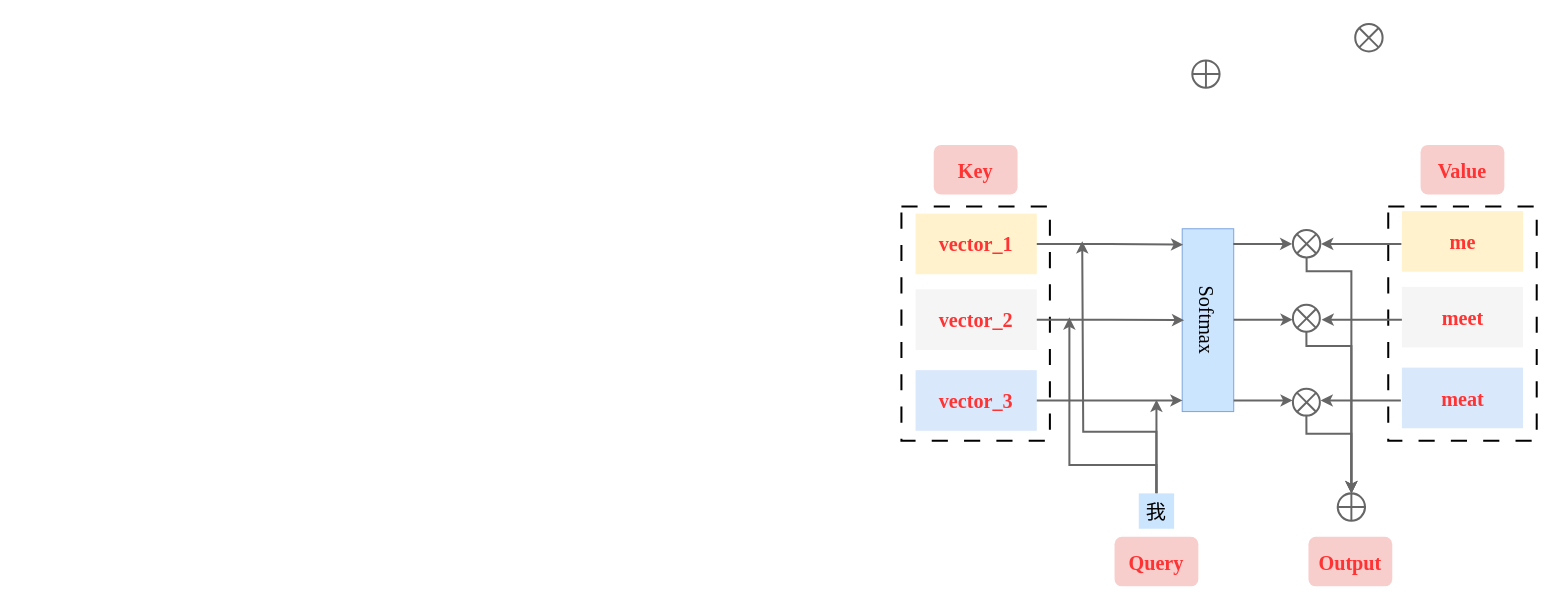
The draw.io diagram Slowfast.drawio in wuulaa/my-first-game, before the edit. Source tidied: cells renumbered, new cells numbered last; positions are measured from the earlier drawing's top-left corner, leaving out a move shared by most shapes. Both pictures are drawn from the tidied source at 101%, with x=0, y=0 at pixel (901, 17). Pictures stored in the file or linked from it are replaced by grey dashed boxes.
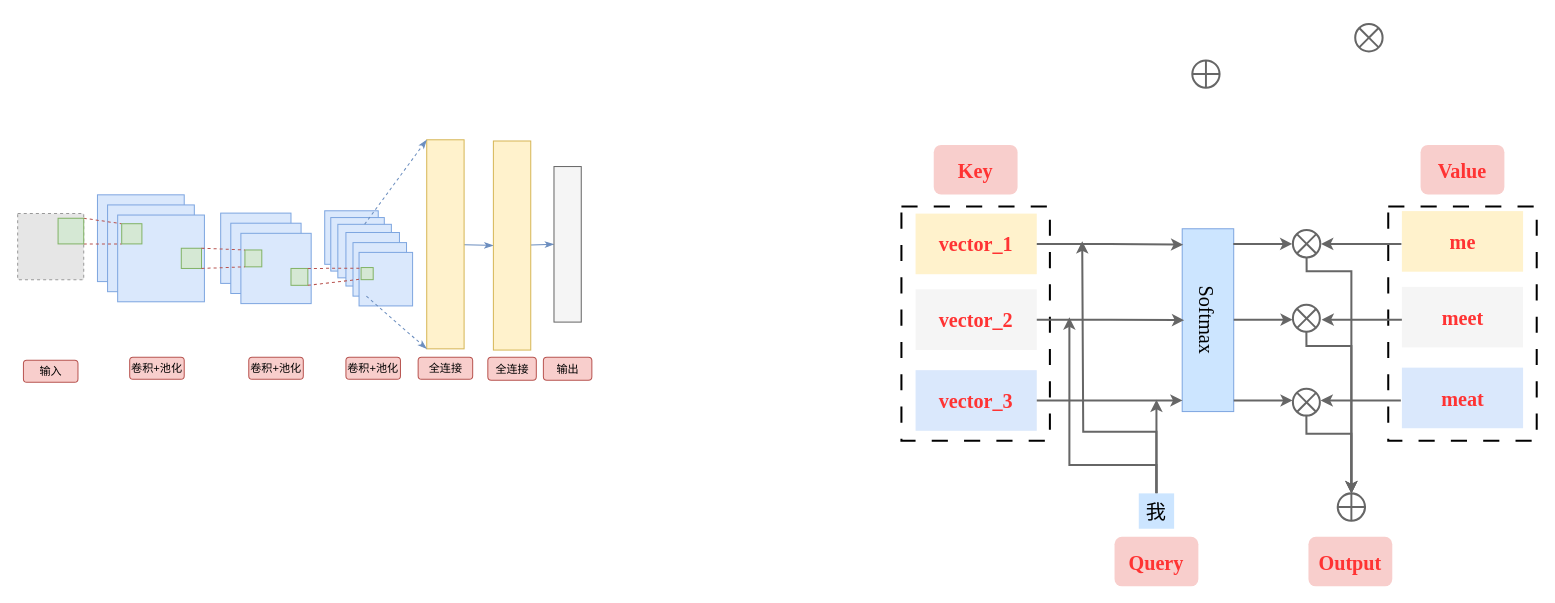
After the change.

The edit, as a diff of the source:
```diff
@@
+    <mxCell id="53" style="fillColor=#E6E6E6;strokeColor=#999999;dashed=1;verticalLabelPosition=bottom;labelBackgroundColor=default;verticalAlign=top;" parent="1" vertex="1">
+      <mxGeometry x="-875" y="194" width="65.4" height="65.4" as="geometry" />
+    </mxCell>
+    <mxCell id="54" style="whiteSpace=wrap;html=1;strokeColor=#7EA6E0;fillColor=#dae8fc;" parent="1" vertex="1">
+      <mxGeometry x="-796" y="175.4" width="85.9" height="85.9" as="geometry" />
+    </mxCell>
+    <mxCell id="55" style="whiteSpace=wrap;html=1;strokeColor=#7EA6E0;fillColor=#dae8fc;" parent="1" vertex="1">
+      <mxGeometry x="-786" y="185.4" width="85.9" height="85.9" as="geometry" />
+    </mxCell>
+    <mxCell id="56" style="whiteSpace=wrap;html=1;fillColor=#dae8fc;strokeColor=#7EA6E0;" parent="1" vertex="1">
+      <mxGeometry x="-776" y="195.4" width="85.9" height="85.9" as="geometry" />
+    </mxCell>
+    <mxCell id="57" style="rounded=0;jettySize=auto;html=1;entryX=0;entryY=0;entryDx=0;entryDy=0;exitX=1;exitY=0;exitDx=0;exitDy=0;endArrow=none;startFill=0;fillColor=#f8cecc;strokeColor=#b85450;dashed=1;" parent="1" edge="1" source="59" target="60">
+      <mxGeometry relative="1" as="geometry" />
+    </mxCell>
+    <mxCell id="58" style="rounded=0;jettySize=auto;html=1;entryX=0;entryY=1;entryDx=0;entryDy=0;exitX=1;exitY=1;exitDx=0;exitDy=0;endArrow=none;startFill=0;fillColor=#f8cecc;strokeColor=#b85450;dashed=1;" parent="1" edge="1" source="59" target="60">
+      <mxGeometry relative="1" as="geometry" />
+    </mxCell>
+    <mxCell id="59" style="whiteSpace=wrap;html=1;fillColor=#d5e8d4;strokeColor=#82b366;" parent="1" vertex="1">
+      <mxGeometry x="-835" y="198.6" width="25.4" height="25.4" as="geometry" />
+    </mxCell>
+    <mxCell id="60" style="whiteSpace=wrap;html=1;fillColor=#d5e8d4;strokeColor=#82b366;" parent="1" vertex="1">
+      <mxGeometry x="-772" y="204" width="20" height="20" as="geometry" />
+    </mxCell>
+    <mxCell id="61" style="whiteSpace=wrap;html=1;fillColor=#d5e8d4;strokeColor=#82b366;" parent="1" vertex="1">
+      <mxGeometry x="-713" y="228.3" width="20" height="20" as="geometry" />
+    </mxCell>
+    <mxCell id="62" style="whiteSpace=wrap;html=1;fillColor=#dae8fc;strokeColor=#7EA6E0;" parent="1" vertex="1">
+      <mxGeometry x="-674" y="193.5" width="69.6" height="69.6" as="geometry" />
+    </mxCell>
+    <mxCell id="63" style="whiteSpace=wrap;html=1;fillColor=#dae8fc;strokeColor=#7EA6E0;" parent="1" vertex="1">
+      <mxGeometry x="-664" y="203.5" width="69.6" height="69.6" as="geometry" />
+    </mxCell>
+    <mxCell id="64" style="whiteSpace=wrap;html=1;fillColor=#dae8fc;strokeColor=#7EA6E0;" parent="1" vertex="1">
+      <mxGeometry x="-654" y="213.5" width="69.6" height="69.6" as="geometry" />
+    </mxCell>
+    <mxCell id="65" style="whiteSpace=wrap;html=1;fillColor=#d5e8d4;strokeColor=#82b366;" parent="1" vertex="1">
+      <mxGeometry x="-650" y="230" width="16.7" height="16.7" as="geometry" />
+    </mxCell>
+    <mxCell id="66" style="edgeStyle=none;shape=connector;rounded=0;jettySize=auto;html=1;exitX=1;exitY=0;exitDx=0;exitDy=0;entryX=0;entryY=0;entryDx=0;entryDy=0;dashed=1;strokeColor=#b85450;align=center;verticalAlign=middle;fontFamily=Helvetica;fontSize=11;fontColor=default;labelBackgroundColor=default;startFill=0;endArrow=none;fillColor=#f8cecc;" parent="1" edge="1" source="61" target="65">
+      <mxGeometry relative="1" as="geometry" />
+    </mxCell>
+    <mxCell id="67" style="edgeStyle=none;shape=connector;rounded=0;jettySize=auto;html=1;exitX=1;exitY=1;exitDx=0;exitDy=0;entryX=0;entryY=1;entryDx=0;entryDy=0;dashed=1;strokeColor=#b85450;align=center;verticalAlign=middle;fontFamily=Helvetica;fontSize=11;fontColor=default;labelBackgroundColor=default;startFill=0;endArrow=none;fillColor=#f8cecc;" parent="1" edge="1" source="61" target="65">
+      <mxGeometry relative="1" as="geometry" />
+    </mxCell>
+    <mxCell id="68" style="whiteSpace=wrap;html=1;fillColor=#d5e8d4;strokeColor=#82b366;" parent="1" vertex="1">
+      <mxGeometry x="-604.4" y="248.3" width="16.7" height="16.7" as="geometry" />
+    </mxCell>
+    <mxCell id="69" style="whiteSpace=wrap;html=1;fillColor=#dae8fc;strokeColor=#7EA6E0;" parent="1" vertex="1">
+      <mxGeometry x="-571" y="191.2" width="53" height="53" as="geometry" />
+    </mxCell>
+    <mxCell id="70" style="whiteSpace=wrap;html=1;fillColor=#dae8fc;strokeColor=#7EA6E0;" parent="1" vertex="1">
+      <mxGeometry x="-565" y="197.9" width="53" height="53" as="geometry" />
+    </mxCell>
+    <mxCell id="71" style="whiteSpace=wrap;html=1;fillColor=#dae8fc;strokeColor=#7EA6E0;" parent="1" vertex="1">
+      <mxGeometry x="-558" y="204.6" width="53" height="53" as="geometry" />
+    </mxCell>
+    <mxCell id="72" style="whiteSpace=wrap;html=1;fillColor=#dae8fc;strokeColor=#7EA6E0;" parent="1" vertex="1">
+      <mxGeometry x="-550" y="212.7" width="53" height="53" as="geometry" />
+    </mxCell>
+    <mxCell id="73" style="whiteSpace=wrap;html=1;fillColor=#dae8fc;strokeColor=#7EA6E0;" parent="1" vertex="1">
+      <mxGeometry x="-543" y="222.7" width="53" height="53" as="geometry" />
+    </mxCell>
+    <mxCell id="74" style="whiteSpace=wrap;html=1;fillColor=#dae8fc;strokeColor=#7EA6E0;" parent="1" vertex="1">
+      <mxGeometry x="-537" y="232.4" width="53" height="53" as="geometry" />
+    </mxCell>
+    <mxCell id="75" style="whiteSpace=wrap;html=1;fillColor=#d5e8d4;strokeColor=#82b366;" parent="1" vertex="1">
+      <mxGeometry x="-535" y="247.4" width="12" height="12" as="geometry" />
+    </mxCell>
+    <mxCell id="76" style="edgeStyle=none;shape=connector;rounded=0;jettySize=auto;html=1;exitX=1;exitY=0;exitDx=0;exitDy=0;entryX=0.055;entryY=0.295;entryDx=0;entryDy=0;entryPerimeter=0;dashed=1;strokeColor=#b85450;align=center;verticalAlign=middle;fontFamily=Helvetica;fontSize=11;fontColor=default;labelBackgroundColor=default;startFill=0;endArrow=none;fillColor=#f8cecc;" parent="1" edge="1" source="68" target="74">
+      <mxGeometry relative="1" as="geometry" />
+    </mxCell>
+    <mxCell id="77" style="edgeStyle=none;shape=connector;rounded=0;jettySize=auto;html=1;exitX=1;exitY=1;exitDx=0;exitDy=0;dashed=1;strokeColor=#b85450;align=center;verticalAlign=middle;fontFamily=Helvetica;fontSize=11;fontColor=default;labelBackgroundColor=default;startFill=0;endArrow=none;fillColor=#f8cecc;entryX=0.041;entryY=0.499;entryDx=0;entryDy=0;entryPerimeter=0;" parent="1" edge="1" source="68" target="74">
+      <mxGeometry relative="1" as="geometry" />
+    </mxCell>
+    <mxCell id="78" style="edgeStyle=none;shape=connector;rounded=0;jettySize=auto;html=1;entryX=0;entryY=0.5;entryDx=0;entryDy=0;strokeColor=#6c8ebf;align=center;verticalAlign=middle;fontFamily=Helvetica;fontSize=11;fontColor=default;labelBackgroundColor=default;startFill=0;endArrow=classicThin;fillColor=#dae8fc;endFill=1;" parent="1" edge="1" source="79" target="81">
+      <mxGeometry relative="1" as="geometry" />
+    </mxCell>
+    <mxCell id="79" style="rounded=0;whiteSpace=wrap;html=1;fontFamily=Helvetica;fontSize=11;labelBackgroundColor=default;fillColor=#fff2cc;strokeColor=#d6b656;" parent="1" vertex="1">
+      <mxGeometry x="-470" y="120.9" width="37" height="207" as="geometry" />
+    </mxCell>
+    <mxCell id="80" style="edgeStyle=none;shape=connector;rounded=0;jettySize=auto;html=1;entryX=0;entryY=0.5;entryDx=0;entryDy=0;strokeColor=#6c8ebf;align=center;verticalAlign=middle;fontFamily=Helvetica;fontSize=11;fontColor=default;labelBackgroundColor=default;startFill=0;endArrow=classicThin;endFill=1;fillColor=#dae8fc;" parent="1" edge="1" source="81" target="82">
+      <mxGeometry relative="1" as="geometry" />
+    </mxCell>
+    <mxCell id="81" style="rounded=0;whiteSpace=wrap;html=1;fontFamily=Helvetica;fontSize=11;labelBackgroundColor=default;fillColor=#fff2cc;strokeColor=#d6b656;" parent="1" vertex="1">
+      <mxGeometry x="-404" y="122.1" width="37" height="207" as="geometry" />
+    </mxCell>
+    <mxCell id="82" style="rounded=0;whiteSpace=wrap;html=1;fontFamily=Helvetica;fontSize=11;labelBackgroundColor=default;fillColor=#f5f5f5;strokeColor=#666666;fontColor=#333333;" parent="1" vertex="1">
+      <mxGeometry x="-344" y="147.4" width="27" height="154" as="geometry" />
+    </mxCell>
+    <mxCell id="83" style="edgeStyle=none;shape=connector;rounded=0;jettySize=auto;html=1;entryX=0;entryY=0;entryDx=0;entryDy=0;dashed=1;strokeColor=#6c8ebf;align=center;verticalAlign=middle;fontFamily=Helvetica;fontSize=11;fontColor=default;labelBackgroundColor=default;startFill=0;endArrow=classicThin;fillColor=#dae8fc;exitX=0.5;exitY=0;exitDx=0;exitDy=0;endFill=1;" parent="1" edge="1" source="71" target="79">
+      <mxGeometry relative="1" as="geometry" />
+    </mxCell>
+    <mxCell id="84" style="edgeStyle=none;shape=connector;rounded=0;jettySize=auto;html=1;exitX=0.25;exitY=1;exitDx=0;exitDy=0;entryX=0;entryY=1;entryDx=0;entryDy=0;dashed=1;strokeColor=#6c8ebf;align=center;verticalAlign=middle;fontFamily=Helvetica;fontSize=11;fontColor=default;labelBackgroundColor=default;startFill=0;endArrow=classicThin;fillColor=#dae8fc;endFill=1;" parent="1" edge="1" source="73" target="79">
+      <mxGeometry relative="1" as="geometry" />
+    </mxCell>
+    <mxCell id="85" value="全连接" style="rounded=1;whiteSpace=wrap;html=1;fontFamily=Helvetica;fontSize=11;fontColor=default;labelBackgroundColor=none;strokeColor=#b85450;align=center;verticalAlign=middle;fillColor=#f8cecc;" parent="1" vertex="1">
+      <mxGeometry x="-478.5" y="336.1" width="54" height="21.9" as="geometry" />
+    </mxCell>
+    <mxCell id="86" value="全连接" style="rounded=1;whiteSpace=wrap;html=1;fontFamily=Helvetica;fontSize=11;fontColor=default;labelBackgroundColor=none;strokeColor=#b85450;align=center;verticalAlign=middle;fillColor=#f8cecc;" parent="1" vertex="1">
+      <mxGeometry x="-409.5" y="336.1" width="48" height="22.9" as="geometry" />
+    </mxCell>
+    <mxCell id="87" value="输出" style="rounded=1;whiteSpace=wrap;html=1;fontFamily=Helvetica;fontSize=11;fontColor=default;labelBackgroundColor=none;strokeColor=#b85450;align=center;verticalAlign=middle;fillColor=#f8cecc;" parent="1" vertex="1">
+      <mxGeometry x="-354.5" y="336.1" width="48" height="22.9" as="geometry" />
+    </mxCell>
+    <mxCell id="88" value="卷积+池化" style="rounded=1;whiteSpace=wrap;html=1;fontFamily=Helvetica;fontSize=11;fontColor=default;labelBackgroundColor=none;strokeColor=#b85450;align=center;verticalAlign=middle;fillColor=#f8cecc;" parent="1" vertex="1">
+      <mxGeometry x="-550" y="336.1" width="54" height="21.9" as="geometry" />
+    </mxCell>
+    <mxCell id="89" value="卷积+池化" style="rounded=1;whiteSpace=wrap;html=1;fontFamily=Helvetica;fontSize=11;fontColor=default;labelBackgroundColor=none;strokeColor=#b85450;align=center;verticalAlign=middle;fillColor=#f8cecc;" parent="1" vertex="1">
+      <mxGeometry x="-646.2" y="336.1" width="54" height="21.9" as="geometry" />
+    </mxCell>
+    <mxCell id="90" value="卷积+池化" style="rounded=1;whiteSpace=wrap;html=1;fontFamily=Helvetica;fontSize=11;fontColor=default;labelBackgroundColor=none;strokeColor=#b85450;align=center;verticalAlign=middle;fillColor=#f8cecc;" parent="1" vertex="1">
+      <mxGeometry x="-764.1" y="336.1" width="54" height="21.9" as="geometry" />
+    </mxCell>
+    <mxCell id="91" value="&lt;span&gt;输入&lt;/span&gt;" style="rounded=1;whiteSpace=wrap;html=1;fontFamily=Helvetica;fontSize=11;labelBackgroundColor=none;fillColor=#f8cecc;strokeColor=#b85450;" parent="1" vertex="1">
+      <mxGeometry x="-869.3" y="339.1" width="54" height="21.9" as="geometry" />
+    </mxCell>
```
